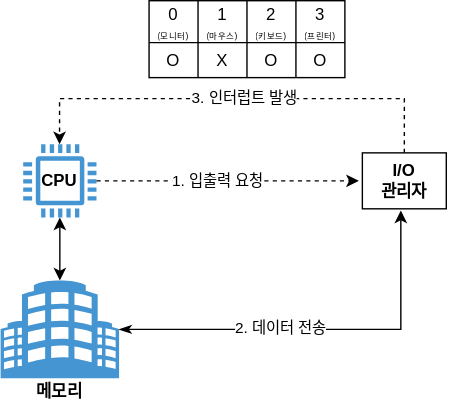
This is 04/yongki/assets/interrupt.drawio.svg from cs-study-org/cs-study, a draw.io export, as it was before one commit. Source tidied: cells renumbered, new cells last; positions are measured from the earlier drawing's top-left corner, leaving out a move shared by most shapes.
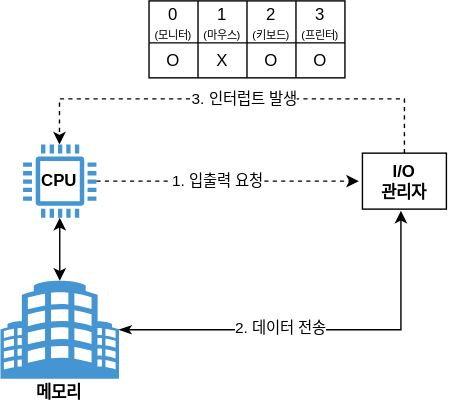
Above is the later version.

Commit message:
:speech_balloon: Add missing content

i/o channel

What changed in the source:
```diff
@@ -39,16 +39,16 @@
     <mxCell id="11" style="shape=partialRectangle;fillColor=none;top=0;left=0;bottom=0;right=0;" parent="10" vertex="1">
       <mxGeometry width="140" height="30" as="geometry" />
     </mxCell>
-    <mxCell id="12" value="0&lt;br&gt;&lt;font style=&quot;font-size: 6px&quot;&gt;(모니터)&lt;/font&gt;" style="shape=partialRectangle;html=1;whiteSpace=wrap;overflow=hidden;fillColor=none;top=0;left=0;bottom=0;right=0;" parent="11" vertex="1">
+    <mxCell id="12" value="0&lt;br&gt;&lt;font style=&quot;font-size: 8px&quot;&gt;(모니터)&lt;/font&gt;" style="shape=partialRectangle;html=1;whiteSpace=wrap;overflow=hidden;fillColor=none;top=0;left=0;bottom=0;right=0;" parent="11" vertex="1">
       <mxGeometry width="35" height="30" as="geometry" />
     </mxCell>
-    <mxCell id="13" value="1&lt;br&gt;&lt;span style=&quot;font-size: 6px&quot;&gt;(마우스)&lt;/span&gt;" style="shape=partialRectangle;html=1;whiteSpace=wrap;overflow=hidden;fillColor=none;top=0;left=0;bottom=0;right=0;" parent="11" vertex="1">
+    <mxCell id="13" value="1&lt;br&gt;&lt;font style=&quot;font-size: 8px&quot;&gt;(마우스)&lt;/font&gt;" style="shape=partialRectangle;html=1;whiteSpace=wrap;overflow=hidden;fillColor=none;top=0;left=0;bottom=0;right=0;" parent="11" vertex="1">
       <mxGeometry x="35" width="35" height="30" as="geometry" />
     </mxCell>
-    <mxCell id="14" value="2&lt;br&gt;&lt;span style=&quot;font-size: 6px&quot;&gt;(키보드)&lt;/span&gt;" style="shape=partialRectangle;html=1;whiteSpace=wrap;overflow=hidden;fillColor=none;top=0;left=0;bottom=0;right=0;" parent="11" vertex="1">
+    <mxCell id="14" value="2&lt;br&gt;&lt;font style=&quot;font-size: 8px&quot;&gt;(키보드)&lt;/font&gt;" style="shape=partialRectangle;html=1;whiteSpace=wrap;overflow=hidden;fillColor=none;top=0;left=0;bottom=0;right=0;" parent="11" vertex="1">
       <mxGeometry x="70" width="35" height="30" as="geometry" />
     </mxCell>
-    <mxCell id="15" value="3&lt;br&gt;&lt;span style=&quot;font-size: 6px&quot;&gt;(프린터)&lt;/span&gt;" style="shape=partialRectangle;html=1;whiteSpace=wrap;overflow=hidden;fillColor=none;top=0;left=0;bottom=0;right=0;" parent="11" vertex="1">
+    <mxCell id="15" value="3&lt;br&gt;&lt;font style=&quot;font-size: 8px&quot;&gt;(프린터)&lt;/font&gt;" style="shape=partialRectangle;html=1;whiteSpace=wrap;overflow=hidden;fillColor=none;top=0;left=0;bottom=0;right=0;" parent="11" vertex="1">
       <mxGeometry x="105" width="35" height="30" as="geometry" />
     </mxCell>
     <mxCell id="16" style="shape=partialRectangle;fillColor=none;top=0;left=0;bottom=0;right=0;" parent="10" vertex="1">
```
